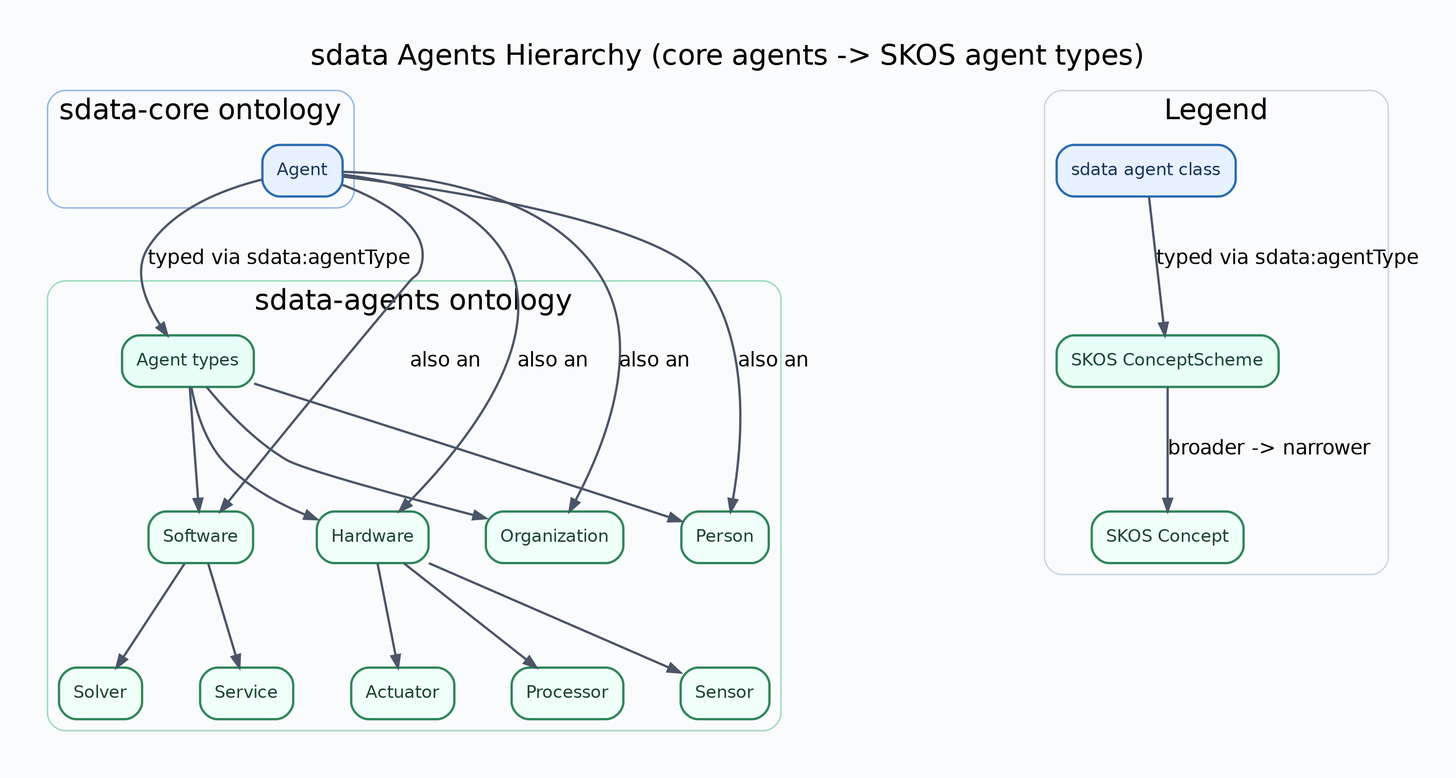
This is docs/diagrams/sdata-agents-hierarchy.png from lepy/sdata-ontology, a Graphviz export, as it was before one commit. Its source is kept beside it as docs/diagrams/sdata-agents-hierarchy.dot.
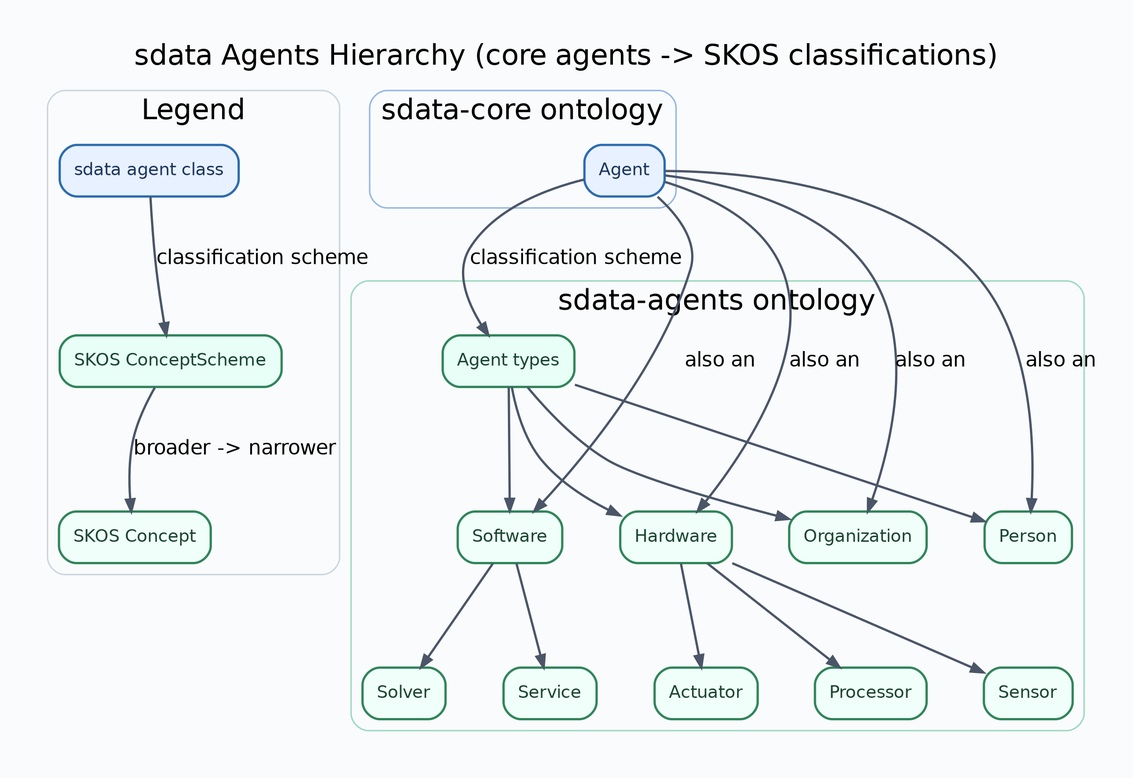
After the commit.

Diff of the diagram source:
```diff
@@ -2,7 +2,7 @@
 	graph [bgcolor="#FAFBFC",
 		fontname=Helvetica,
 		fontsize=20,
-		label="sdata Agents Hierarchy (core agents -> SKOS agent types)",
+		label="sdata Agents Hierarchy (core agents -> SKOS classifications)",
 		labeljust=c,
 		labelloc=t,
 		nodesep=0.55,
@@ -25,6 +25,26 @@
 		fontname=Helvetica,
 		penwidth=1.6
 	];
+	subgraph cluster_legend {
+		graph [color="#CBD5E0",
+			label=Legend,
+			style=rounded
+		];
+		legend_sdata	[color="#2B6CB0",
+			fillcolor="#E8F1FF",
+			fontcolor="#1A365D",
+			label="sdata agent class"];
+		legend_scheme	[color="#2F855A",
+			fillcolor="#E7FFF6",
+			fontcolor="#1C4532",
+			label="SKOS ConceptScheme"];
+		legend_sdata -> legend_scheme	[label="classification scheme"];
+		legend_concept	[color="#2F855A",
+			fillcolor="#F0FFF9",
+			fontcolor="#1C4532",
+			label="SKOS Concept"];
+		legend_scheme -> legend_concept	[label="broader -> narrower"];
+	}
 	subgraph cluster_core {
 		graph [color="#90B5E8",
 			label="sdata-core ontology",
@@ -89,27 +109,7 @@
 			style=invis,
 			width=0];
 	}
-	subgraph cluster_legend {
-		graph [color="#CBD5E0",
-			label=Legend,
-			style=rounded
-		];
-		legend_sdata	[color="#2B6CB0",
-			fillcolor="#E8F1FF",
-			fontcolor="#1A365D",
-			label="sdata agent class"];
-		legend_scheme	[color="#2F855A",
-			fillcolor="#E7FFF6",
-			fontcolor="#1C4532",
-			label="SKOS ConceptScheme"];
-		legend_sdata -> legend_scheme	[label="typed via sdata:agentType"];
-		legend_concept	[color="#2F855A",
-			fillcolor="#F0FFF9",
-			fontcolor="#1C4532",
-			label="SKOS Concept"];
-		legend_scheme -> legend_concept	[label="broader -> narrower"];
-	}
-	"https://w3id.org/sdata/core/Agent" -> "https://w3id.org/sdata/vocab/agents/AgentTypeScheme"	[label="typed via sdata:agentType"];
+	"https://w3id.org/sdata/core/Agent" -> "https://w3id.org/sdata/vocab/agents/AgentTypeScheme"	[label="classification scheme"];
 	"https://w3id.org/sdata/core/Agent" -> "https://w3id.org/sdata/vocab/agents/Hardware"	[label="also an"];
 	"https://w3id.org/sdata/core/Agent" -> "https://w3id.org/sdata/vocab/agents/Organization"	[label="also an"];
 	"https://w3id.org/sdata/core/Agent" -> "https://w3id.org/sdata/vocab/agents/Person"	[label="also an"];
```
